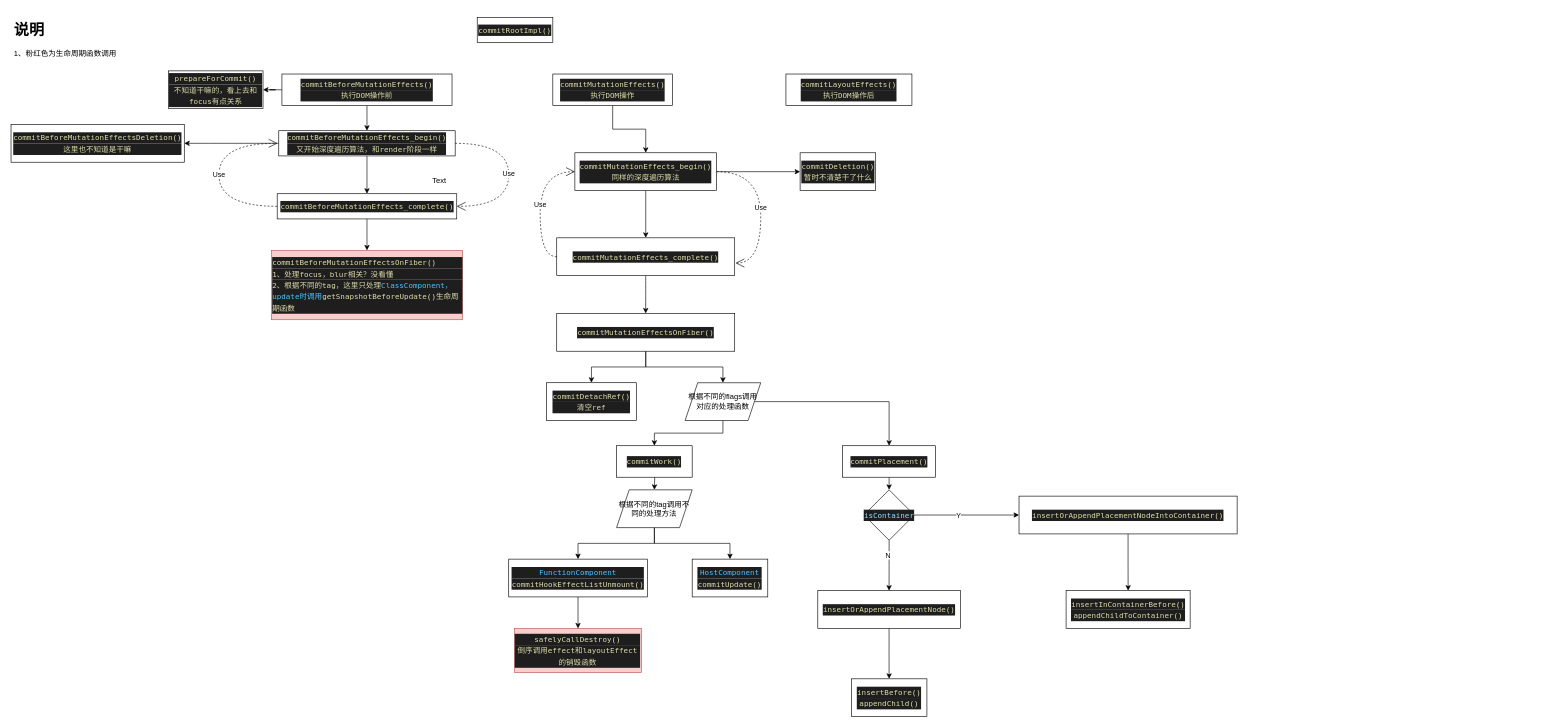
Earlier version of the draw.io diagram page "commit (Renderer)" (3 of 3) of Untitled Diagram.drawio (damoOnly/school). Source tidied: cells renumbered, new cells numbered last; positions are measured from the earlier drawing's top-left corner, leaving out a move shared by most shapes. Both pictures are drawn from the tidied source at 63%, with x=0, y=0 at pixel (11, 17).
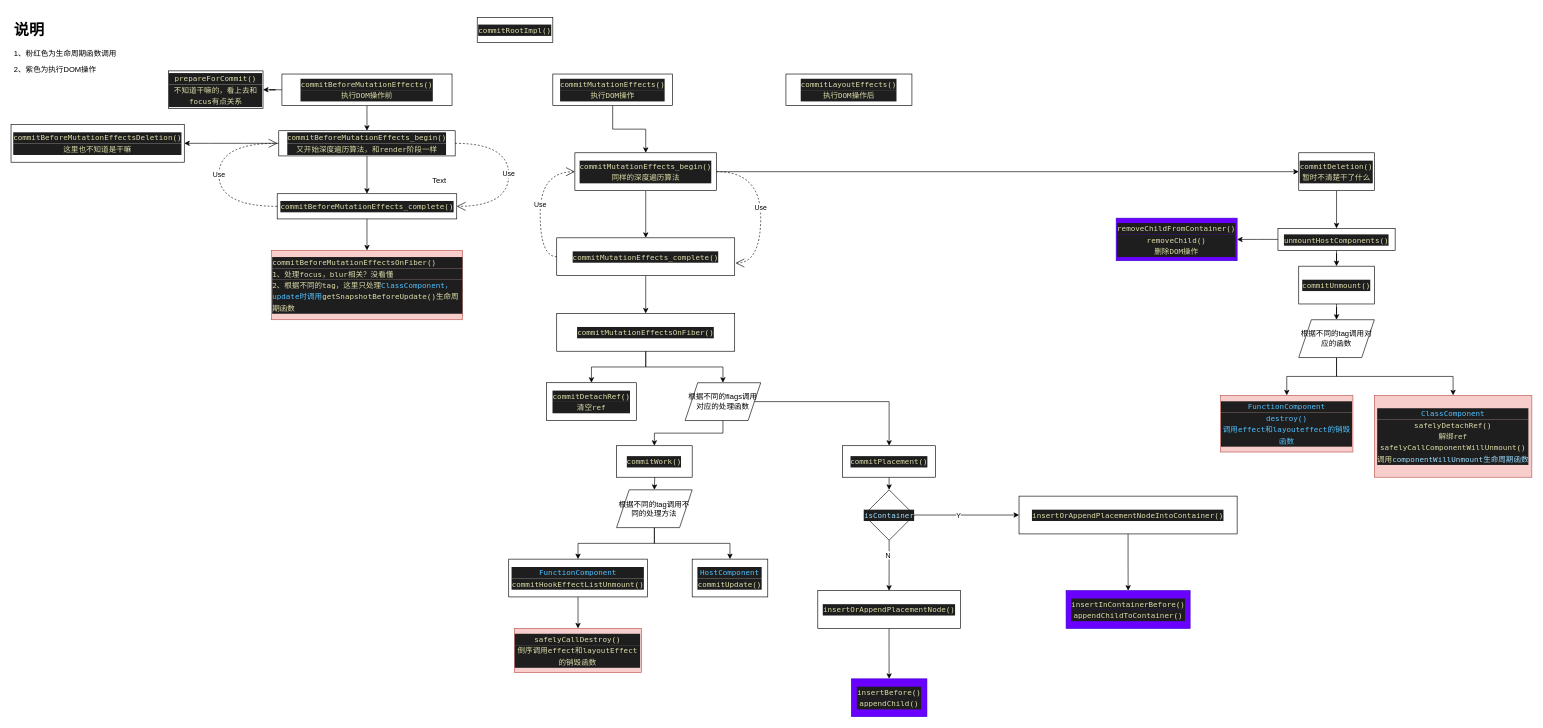
Above is the later version.

What changed in the source:
```diff
@@
-    <mxCell id="20" value="&lt;h1&gt;说明&lt;/h1&gt;&lt;p&gt;1、粉红色为生命周期函数调用&lt;/p&gt;" style="text;html=1;strokeColor=none;fillColor=none;spacing=5;spacingTop=-20;whiteSpace=wrap;overflow=hidden;rounded=0;align=left;" parent="1" vertex="1">
+    <mxCell id="20" value="&lt;h1&gt;说明&lt;/h1&gt;&lt;p&gt;1、粉红色为生命周期函数调用&lt;/p&gt;&lt;p&gt;2、紫色为执行DOM操作&lt;/p&gt;" style="text;html=1;strokeColor=none;fillColor=none;spacing=5;spacingTop=-20;whiteSpace=wrap;overflow=hidden;rounded=0;align=left;" parent="1" vertex="1">
       <mxGeometry width="190" height="120" as="geometry" />
     </mxCell>
@@
+    <mxCell id="59" style="edgeStyle=orthogonalEdgeStyle;rounded=0;jettySize=auto;html=1;" parent="1" edge="1" source="25" target="62">
+      <mxGeometry relative="1" as="geometry" />
+    </mxCell>
     <mxCell id="25" value="&lt;div style=&quot;color: rgb(212 , 212 , 212) ; background-color: rgb(30 , 30 , 30) ; font-family: &amp;#34;menlo&amp;#34; , &amp;#34;monaco&amp;#34; , &amp;#34;courier new&amp;#34; , monospace ; line-height: 18px&quot;&gt;&lt;span style=&quot;color: #dcdcaa&quot;&gt;commitDeletion()&lt;/span&gt;&lt;/div&gt;&lt;div style=&quot;color: rgb(212 , 212 , 212) ; background-color: rgb(30 , 30 , 30) ; font-family: &amp;#34;menlo&amp;#34; , &amp;#34;monaco&amp;#34; , &amp;#34;courier new&amp;#34; , monospace ; line-height: 18px&quot;&gt;&lt;span style=&quot;color: #dcdcaa&quot;&gt;暂时不清楚干了什么&lt;/span&gt;&lt;/div&gt;" style="whiteSpace=wrap;html=1;rounded=0;" parent="1" vertex="1">
-      <mxGeometry x="1252.5" y="215" width="120" height="60" as="geometry" />
+      <mxGeometry x="2044" y="215" width="120" height="60" as="geometry" />
     </mxCell>
@@
-    <mxCell id="57" value="&lt;div style=&quot;color: rgb(212 , 212 , 212) ; background-color: rgb(30 , 30 , 30) ; font-family: &amp;#34;menlo&amp;#34; , &amp;#34;monaco&amp;#34; , &amp;#34;courier new&amp;#34; , monospace ; line-height: 18px&quot;&gt;&lt;span style=&quot;color: #dcdcaa&quot;&gt;insertBefore()&lt;/span&gt;&lt;/div&gt;&lt;div style=&quot;color: rgb(212 , 212 , 212) ; background-color: rgb(30 , 30 , 30) ; font-family: &amp;#34;menlo&amp;#34; , &amp;#34;monaco&amp;#34; , &amp;#34;courier new&amp;#34; , monospace ; line-height: 18px&quot;&gt;&lt;div style=&quot;line-height: 18px&quot;&gt;&lt;span style=&quot;color: #dcdcaa&quot;&gt;appendChild()&lt;/span&gt;&lt;/div&gt;&lt;/div&gt;" style="whiteSpace=wrap;html=1;" parent="1" vertex="1">
+    <mxCell id="57" value="&lt;div style=&quot;color: rgb(212 , 212 , 212) ; background-color: rgb(30 , 30 , 30) ; font-family: &amp;#34;menlo&amp;#34; , &amp;#34;monaco&amp;#34; , &amp;#34;courier new&amp;#34; , monospace ; line-height: 18px&quot;&gt;&lt;span style=&quot;color: #dcdcaa&quot;&gt;insertBefore()&lt;/span&gt;&lt;/div&gt;&lt;div style=&quot;color: rgb(212 , 212 , 212) ; background-color: rgb(30 , 30 , 30) ; font-family: &amp;#34;menlo&amp;#34; , &amp;#34;monaco&amp;#34; , &amp;#34;courier new&amp;#34; , monospace ; line-height: 18px&quot;&gt;&lt;div style=&quot;line-height: 18px&quot;&gt;&lt;span style=&quot;color: #dcdcaa&quot;&gt;appendChild()&lt;/span&gt;&lt;/div&gt;&lt;/div&gt;" style="whiteSpace=wrap;html=1;fillColor=#6a00ff;strokeColor=#3700CC;fontColor=#ffffff;" parent="1" vertex="1">
       <mxGeometry x="1333.8" y="1050" width="120" height="60" as="geometry" />
     </mxCell>
-    <mxCell id="58" value="&lt;div style=&quot;color: rgb(212 , 212 , 212) ; background-color: rgb(30 , 30 , 30) ; font-family: &amp;#34;menlo&amp;#34; , &amp;#34;monaco&amp;#34; , &amp;#34;courier new&amp;#34; , monospace ; line-height: 18px&quot;&gt;&lt;span style=&quot;color: #dcdcaa&quot;&gt;insertInContainerBefore()&lt;/span&gt;&lt;/div&gt;&lt;div style=&quot;color: rgb(212 , 212 , 212) ; background-color: rgb(30 , 30 , 30) ; font-family: &amp;#34;menlo&amp;#34; , &amp;#34;monaco&amp;#34; , &amp;#34;courier new&amp;#34; , monospace ; line-height: 18px&quot;&gt;&lt;div style=&quot;font-family: &amp;#34;menlo&amp;#34; , &amp;#34;monaco&amp;#34; , &amp;#34;courier new&amp;#34; , monospace ; line-height: 18px&quot;&gt;&lt;span style=&quot;color: #dcdcaa&quot;&gt;appendChildToContainer()&lt;/span&gt;&lt;/div&gt;&lt;/div&gt;" style="whiteSpace=wrap;html=1;" parent="1" vertex="1">
+    <mxCell id="58" value="&lt;div style=&quot;color: rgb(212 , 212 , 212) ; background-color: rgb(30 , 30 , 30) ; font-family: &amp;#34;menlo&amp;#34; , &amp;#34;monaco&amp;#34; , &amp;#34;courier new&amp;#34; , monospace ; line-height: 18px&quot;&gt;&lt;span style=&quot;color: #dcdcaa&quot;&gt;insertInContainerBefore()&lt;/span&gt;&lt;/div&gt;&lt;div style=&quot;color: rgb(212 , 212 , 212) ; background-color: rgb(30 , 30 , 30) ; font-family: &amp;#34;menlo&amp;#34; , &amp;#34;monaco&amp;#34; , &amp;#34;courier new&amp;#34; , monospace ; line-height: 18px&quot;&gt;&lt;div style=&quot;font-family: &amp;#34;menlo&amp;#34; , &amp;#34;monaco&amp;#34; , &amp;#34;courier new&amp;#34; , monospace ; line-height: 18px&quot;&gt;&lt;span style=&quot;color: #dcdcaa&quot;&gt;appendChildToContainer()&lt;/span&gt;&lt;/div&gt;&lt;/div&gt;" style="whiteSpace=wrap;html=1;fillColor=#6a00ff;strokeColor=#3700CC;fontColor=#ffffff;" parent="1" vertex="1">
       <mxGeometry x="1674.7" y="910" width="196.9" height="60" as="geometry" />
     </mxCell>
+    <mxCell id="60" style="edgeStyle=orthogonalEdgeStyle;rounded=0;jettySize=auto;html=1;" parent="1" edge="1" source="62" target="64">
+      <mxGeometry relative="1" as="geometry" />
+    </mxCell>
+    <mxCell id="61" style="edgeStyle=orthogonalEdgeStyle;rounded=0;jettySize=auto;html=1;" parent="1" edge="1" source="62" target="70">
+      <mxGeometry relative="1" as="geometry" />
+    </mxCell>
+    <mxCell id="62" value="&lt;div style=&quot;color: rgb(212 , 212 , 212) ; background-color: rgb(30 , 30 , 30) ; font-family: &amp;#34;menlo&amp;#34; , &amp;#34;monaco&amp;#34; , &amp;#34;courier new&amp;#34; , monospace ; line-height: 18px&quot;&gt;&lt;span style=&quot;color: #dcdcaa&quot;&gt;unmountHostComponents()&lt;/span&gt;&lt;/div&gt;" style="whiteSpace=wrap;html=1;rounded=0;" parent="1" vertex="1">
+      <mxGeometry x="2011" y="335" width="186" height="35" as="geometry" />
+    </mxCell>
+    <mxCell id="63" style="edgeStyle=orthogonalEdgeStyle;rounded=0;jettySize=auto;html=1;" parent="1" edge="1" source="64" target="67">
+      <mxGeometry relative="1" as="geometry" />
+    </mxCell>
+    <mxCell id="64" value="&lt;div style=&quot;color: rgb(212 , 212 , 212) ; background-color: rgb(30 , 30 , 30) ; font-family: &amp;#34;menlo&amp;#34; , &amp;#34;monaco&amp;#34; , &amp;#34;courier new&amp;#34; , monospace ; line-height: 18px&quot;&gt;&lt;span style=&quot;color: #dcdcaa&quot;&gt;commitUnmount()&lt;/span&gt;&lt;/div&gt;" style="whiteSpace=wrap;html=1;rounded=0;" parent="1" vertex="1">
+      <mxGeometry x="2044" y="395" width="120" height="60" as="geometry" />
+    </mxCell>
+    <mxCell id="65" style="edgeStyle=orthogonalEdgeStyle;rounded=0;jettySize=auto;html=1;" parent="1" edge="1" source="67" target="68">
+      <mxGeometry relative="1" as="geometry" />
+    </mxCell>
+    <mxCell id="66" style="edgeStyle=orthogonalEdgeStyle;rounded=0;jettySize=auto;html=1;entryX=0.5;entryY=0;entryDx=0;entryDy=0;" parent="1" edge="1" source="67" target="69">
+      <mxGeometry relative="1" as="geometry" />
+    </mxCell>
+    <mxCell id="67" value="根据不同的tag调用对应的函数" style="shape=parallelogram;perimeter=parallelogramPerimeter;whiteSpace=wrap;html=1;fixedSize=1;rounded=0;" parent="1" vertex="1">
+      <mxGeometry x="2044" y="480" width="120" height="60" as="geometry" />
+    </mxCell>
+    <mxCell id="68" value="&lt;div style=&quot;color: rgb(212 , 212 , 212) ; background-color: rgb(30 , 30 , 30) ; font-family: &amp;#34;menlo&amp;#34; , &amp;#34;monaco&amp;#34; , &amp;#34;courier new&amp;#34; , monospace ; line-height: 18px&quot;&gt;&lt;span style=&quot;color: #4fc1ff&quot;&gt;FunctionComponent&lt;/span&gt;&lt;/div&gt;&lt;div style=&quot;background-color: rgb(30 , 30 , 30) ; font-family: &amp;#34;menlo&amp;#34; , &amp;#34;monaco&amp;#34; , &amp;#34;courier new&amp;#34; , monospace ; line-height: 18px&quot;&gt;&lt;div style=&quot;color: rgb(212 , 212 , 212) ; line-height: 18px&quot;&gt;&lt;span style=&quot;color: #4fc1ff&quot;&gt;destroy()&lt;/span&gt;&lt;/div&gt;&lt;div style=&quot;line-height: 18px&quot;&gt;&lt;font color=&quot;#4fc1ff&quot;&gt;调用effect和layouteffect的销毁函数&lt;/font&gt;&lt;/div&gt;&lt;/div&gt;" style="whiteSpace=wrap;html=1;rounded=0;fillColor=#f8cecc;strokeColor=#b85450;" parent="1" vertex="1">
+      <mxGeometry x="1920" y="600" width="210" height="90" as="geometry" />
+    </mxCell>
+    <mxCell id="69" value="&lt;div style=&quot;color: rgb(212 , 212 , 212) ; background-color: rgb(30 , 30 , 30) ; font-family: &amp;#34;menlo&amp;#34; , &amp;#34;monaco&amp;#34; , &amp;#34;courier new&amp;#34; , monospace ; line-height: 18px&quot;&gt;&lt;span style=&quot;color: #4fc1ff&quot;&gt;ClassComponent&lt;/span&gt;&lt;/div&gt;&lt;div style=&quot;background-color: rgb(30 , 30 , 30) ; font-family: &amp;#34;menlo&amp;#34; , &amp;#34;monaco&amp;#34; , &amp;#34;courier new&amp;#34; , monospace ; line-height: 18px&quot;&gt;&lt;div style=&quot;color: rgb(212 , 212 , 212) ; line-height: 18px&quot;&gt;&lt;span style=&quot;color: #dcdcaa&quot;&gt;safelyDetachRef()&lt;/span&gt;&lt;/div&gt;&lt;div style=&quot;line-height: 18px&quot;&gt;&lt;font color=&quot;#dcdcaa&quot;&gt;解绑ref&lt;/font&gt;&lt;/div&gt;&lt;div style=&quot;line-height: 18px&quot;&gt;&lt;div style=&quot;color: rgb(212 , 212 , 212) ; line-height: 18px&quot;&gt;&lt;span style=&quot;color: #dcdcaa&quot;&gt;safelyCallComponentWillUnmount()&lt;/span&gt;&lt;/div&gt;&lt;div style=&quot;color: rgb(212 , 212 , 212) ; line-height: 18px&quot;&gt;&lt;span style=&quot;color: #dcdcaa&quot;&gt;调用&lt;/span&gt;&lt;span style=&quot;color: rgb(156 , 220 , 254)&quot;&gt;componentWillUnmount生命周期函数&lt;/span&gt;&lt;/div&gt;&lt;/div&gt;&lt;/div&gt;" style="rounded=0;whiteSpace=wrap;html=1;align=center;fillColor=#f8cecc;strokeColor=#b85450;" parent="1" vertex="1">
+      <mxGeometry x="2164" y="600" width="250" height="130" as="geometry" />
+    </mxCell>
+    <mxCell id="70" value="&lt;div style=&quot;color: rgb(212 , 212 , 212) ; background-color: rgb(30 , 30 , 30) ; font-family: &amp;#34;menlo&amp;#34; , &amp;#34;monaco&amp;#34; , &amp;#34;courier new&amp;#34; , monospace ; line-height: 18px&quot;&gt;&lt;span style=&quot;color: #dcdcaa&quot;&gt;removeChildFromContainer()&lt;/span&gt;&lt;/div&gt;&lt;div style=&quot;background-color: rgb(30 , 30 , 30) ; font-family: &amp;#34;menlo&amp;#34; , &amp;#34;monaco&amp;#34; , &amp;#34;courier new&amp;#34; , monospace ; line-height: 18px&quot;&gt;&lt;div style=&quot;color: rgb(212 , 212 , 212) ; font-family: &amp;#34;menlo&amp;#34; , &amp;#34;monaco&amp;#34; , &amp;#34;courier new&amp;#34; , monospace ; line-height: 18px&quot;&gt;&lt;span style=&quot;color: #dcdcaa&quot;&gt;removeChild()&lt;/span&gt;&lt;/div&gt;&lt;div style=&quot;font-family: &amp;#34;menlo&amp;#34; , &amp;#34;monaco&amp;#34; , &amp;#34;courier new&amp;#34; , monospace ; line-height: 18px&quot;&gt;&lt;font color=&quot;#dcdcaa&quot;&gt;删除DOM操作&lt;/font&gt;&lt;/div&gt;&lt;/div&gt;" style="whiteSpace=wrap;html=1;rounded=0;fillColor=#6a00ff;strokeColor=#3700CC;fontColor=#ffffff;" parent="1" vertex="1">
+      <mxGeometry x="1754.2" y="318.8" width="192" height="67.5" as="geometry" />
+    </mxCell>
```
